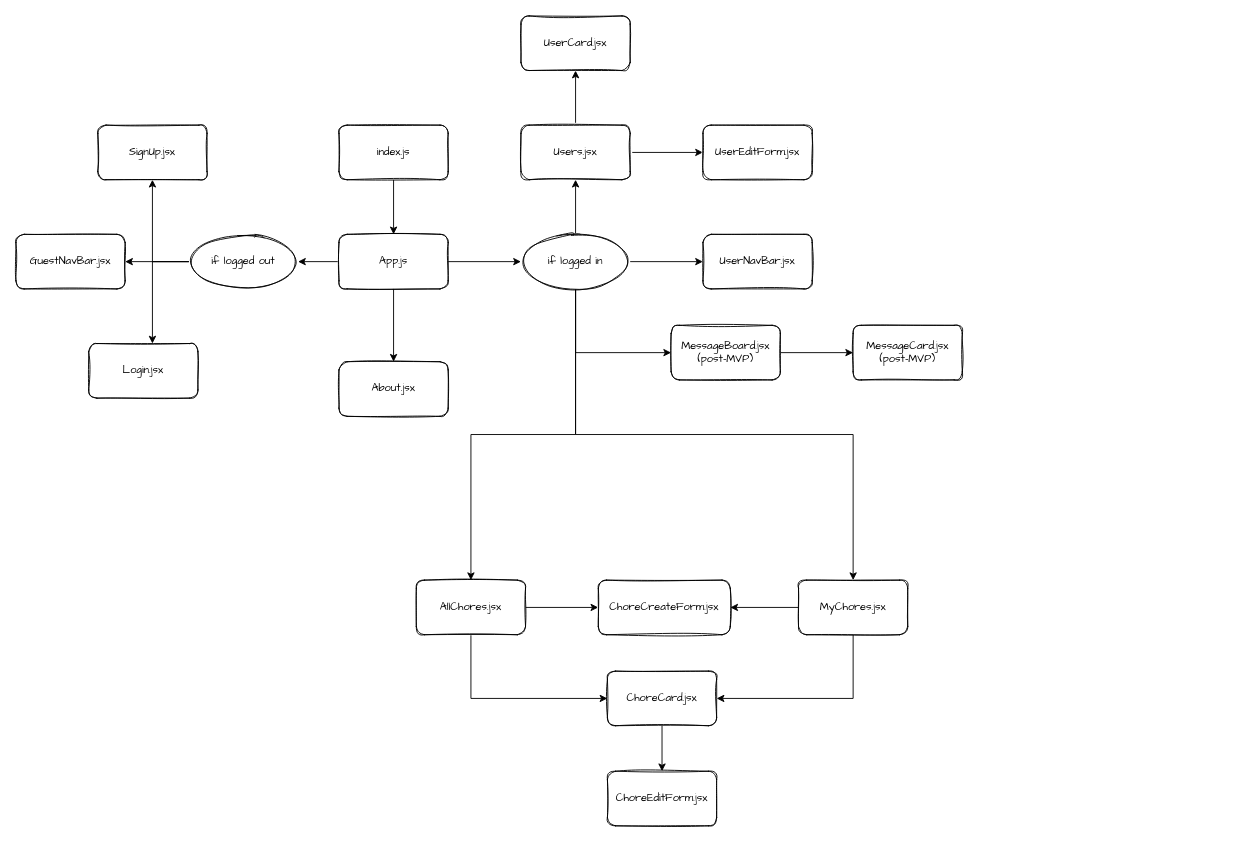
Above: diagrams/component-hierarchy-diagram.drawio in benjaminobambino/chore-chart (draw.io), before the change. Source tidied: cells renumbered, new cells numbered last; positions are measured from the earlier drawing's top-left corner, leaving out a move shared by most shapes. Both pictures are drawn from the tidied source at 91%, with x=0, y=0 at pixel (15, 15).
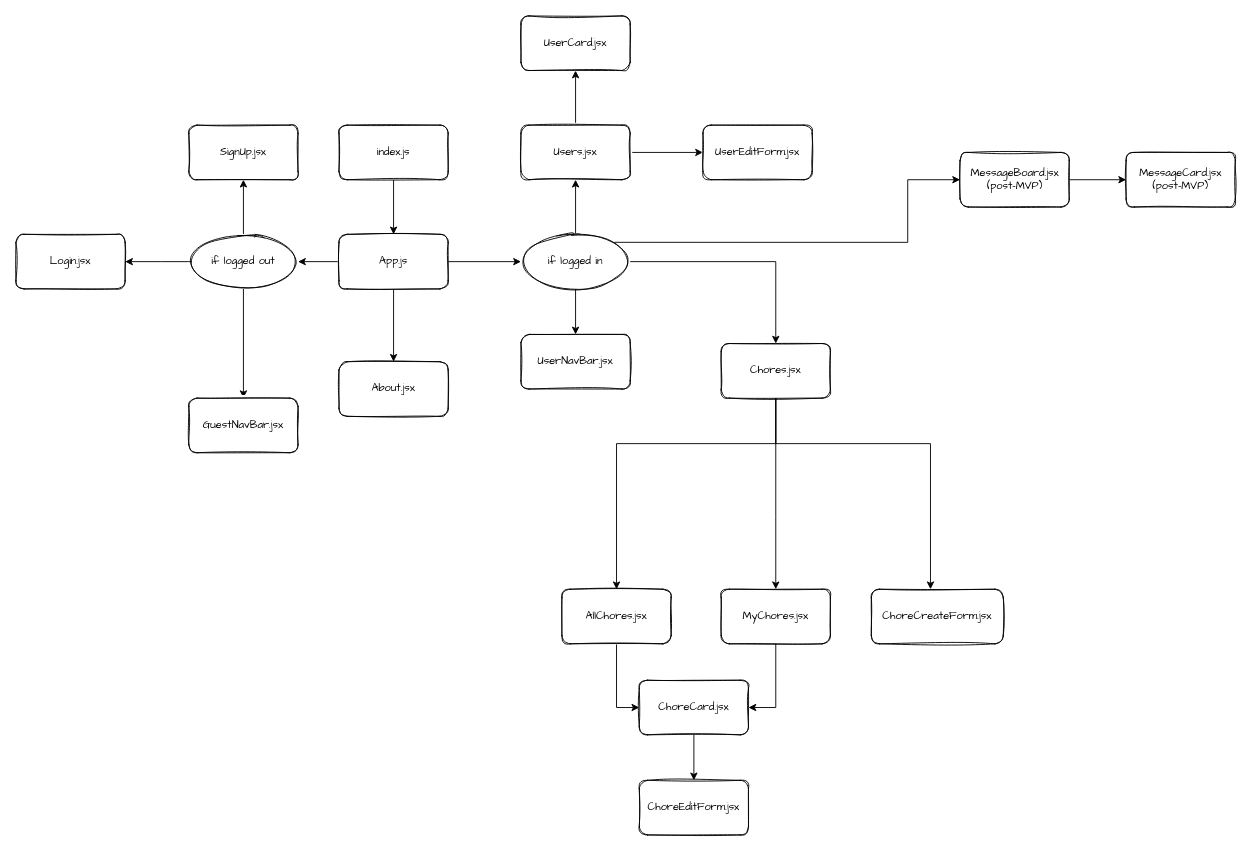
Above is the later version.

Commit message (it also covers changes not shown here):
updated component hierarchy diagram and readme

The change refers to these unchanged cells:
```xml
<mxCell id="13" value="if logged out" style="ellipse;whiteSpace=wrap;html=1;fontFamily=Comic Sans MS;rounded=1;sketch=1;" parent="1" vertex="1">
  <mxGeometry x="190" y="240" width="120" height="60" as="geometry" />
</mxCell>
<mxCell id="20" value="if logged in" style="ellipse;whiteSpace=wrap;html=1;fontFamily=Comic Sans MS;rounded=1;sketch=1;" parent="1" vertex="1">
  <mxGeometry x="555" y="240" width="120" height="60" as="geometry" />
</mxCell>
```

Diff of the diagram source:
```diff
@@
     <mxCell id="2" style="edgeStyle=orthogonalEdgeStyle;rounded=0;jettySize=auto;html=1;fontFamily=Comic Sans MS;" parent="1" edge="1" source="13" target="8">
       <mxGeometry relative="1" as="geometry">
         <Array as="points">
-          <mxPoint x="150" y="270" />
-          <mxPoint x="150" y="410" />
-          <mxPoint x="190" y="410" />
+          <mxPoint x="160" y="270" />
+          <mxPoint x="160" y="270" />
         </Array>
       </mxGeometry>
     </mxCell>
     <mxCell id="3" style="edgeStyle=orthogonalEdgeStyle;rounded=0;jettySize=auto;html=1;exitX=0;exitY=0.5;exitDx=0;exitDy=0;" parent="1" edge="1" source="13" target="11">
-      <mxGeometry relative="1" as="geometry" />
+      <mxGeometry relative="1" as="geometry">
+        <Array as="points">
+          <mxPoint x="250" y="270" />
+        </Array>
+      </mxGeometry>
     </mxCell>
@@
     <mxCell id="8" value="Login.jsx" style="rounded=1;whiteSpace=wrap;html=1;sketch=1;fontFamily=Comic Sans MS;" parent="1" vertex="1">
-      <mxGeometry x="80" y="360" width="120" height="60" as="geometry" />
+      <mxGeometry y="240" width="120" height="60" as="geometry" />
     </mxCell>
@@
     <mxCell id="11" value="SignUp.jsx" style="rounded=1;whiteSpace=wrap;html=1;sketch=1;fontFamily=Comic Sans MS;" parent="1" vertex="1">
-      <mxGeometry x="90" y="120" width="120" height="60" as="geometry" />
+      <mxGeometry x="190" y="120" width="120" height="60" as="geometry" />
     </mxCell>
@@
-    <mxCell id="15" style="edgeStyle=orthogonalEdgeStyle;rounded=0;jettySize=auto;html=1;fontFamily=Comic Sans MS;" parent="1" edge="1" source="20" target="23">
-      <mxGeometry relative="1" as="geometry" />
+    <mxCell id="15" style="edgeStyle=orthogonalEdgeStyle;rounded=0;jettySize=auto;html=1;fontFamily=Comic Sans MS;exitX=0.5;exitY=1;exitDx=0;exitDy=0;" parent="1" edge="1" source="42" target="23">
+      <mxGeometry relative="1" as="geometry">
+        <Array as="points">
+          <mxPoint x="835" y="470" />
+          <mxPoint x="660" y="470" />
+        </Array>
+      </mxGeometry>
     </mxCell>
@@
-    <mxCell id="18" style="edgeStyle=orthogonalEdgeStyle;rounded=0;jettySize=auto;html=1;fontFamily=Comic Sans MS;" parent="1" edge="1" source="20" target="36">
+    <mxCell id="18" style="edgeStyle=orthogonalEdgeStyle;rounded=0;jettySize=auto;html=1;fontFamily=Comic Sans MS;entryX=0;entryY=0.5;entryDx=0;entryDy=0;exitX=1;exitY=0;exitDx=0;exitDy=0;" parent="1" edge="1" source="20" target="36">
       <mxGeometry relative="1" as="geometry">
         <Array as="points">
-          <mxPoint x="615" y="370" />
+          <mxPoint x="980" y="249" />
+          <mxPoint x="980" y="180" />
         </Array>
       </mxGeometry>
     </mxCell>
-    <mxCell id="19" style="edgeStyle=orthogonalEdgeStyle;rounded=0;jettySize=auto;html=1;fontFamily=Comic Sans MS;" parent="1" edge="1" source="20" target="40">
+    <mxCell id="19" style="edgeStyle=orthogonalEdgeStyle;rounded=0;jettySize=auto;html=1;fontFamily=Comic Sans MS;exitX=0.5;exitY=1;exitDx=0;exitDy=0;" parent="1" edge="1" source="42" target="40">
       <mxGeometry relative="1" as="geometry">
         <Array as="points">
-          <mxPoint x="615" y="460" />
-          <mxPoint x="920" y="460" />
+          <mxPoint x="835" y="550" />
+          <mxPoint x="835" y="550" />
         </Array>
       </mxGeometry>
     </mxCell>
+    <mxCell id="41" style="edgeStyle=orthogonalEdgeStyle;rounded=0;jettySize=auto;html=1;" parent="1" edge="1" source="20" target="42">
+      <mxGeometry relative="1" as="geometry" />
+    </mxCell>
@@
     <mxCell id="21" style="edgeStyle=orthogonalEdgeStyle;rounded=0;jettySize=auto;html=1;fontFamily=Comic Sans MS;" parent="1" edge="1" source="23" target="25">
       <mxGeometry relative="1" as="geometry">
         <Array as="points">
-          <mxPoint x="500" y="750" />
+          <mxPoint x="660" y="760" />
         </Array>
       </mxGeometry>
     </mxCell>
-    <mxCell id="22" style="edgeStyle=orthogonalEdgeStyle;rounded=0;jettySize=auto;html=1;fontFamily=Comic Sans MS;" parent="1" edge="1" source="23" target="33">
-      <mxGeometry relative="1" as="geometry" />
+    <mxCell id="22" style="edgeStyle=orthogonalEdgeStyle;rounded=0;jettySize=auto;html=1;fontFamily=Comic Sans MS;exitX=0.5;exitY=1;exitDx=0;exitDy=0;" parent="1" edge="1" source="42" target="33">
+      <mxGeometry relative="1" as="geometry">
+        <Array as="points">
+          <mxPoint x="835" y="470" />
+          <mxPoint x="1005" y="470" />
+        </Array>
+      </mxGeometry>
     </mxCell>
     <mxCell id="23" value="AllChores.jsx" style="whiteSpace=wrap;html=1;fontFamily=Comic Sans MS;rounded=1;sketch=1;" parent="1" vertex="1">
-      <mxGeometry x="440" y="620" width="120" height="60" as="geometry" />
+      <mxGeometry x="600" y="630" width="120" height="60" as="geometry" />
     </mxCell>
@@
     <mxCell id="25" value="ChoreCard.jsx" style="whiteSpace=wrap;html=1;fontFamily=Comic Sans MS;rounded=1;sketch=1;" parent="1" vertex="1">
-      <mxGeometry x="650" y="720" width="120" height="60" as="geometry" />
+      <mxGeometry x="685" y="730" width="120" height="60" as="geometry" />
     </mxCell>
     <mxCell id="26" value="GuestNavBar.jsx" style="whiteSpace=wrap;html=1;fontFamily=Comic Sans MS;rounded=1;sketch=1;" parent="1" vertex="1">
-      <mxGeometry y="240" width="120" height="60" as="geometry" />
+      <mxGeometry x="190" y="420" width="120" height="60" as="geometry" />
     </mxCell>
     <mxCell id="27" value="UserNavBar.jsx" style="whiteSpace=wrap;html=1;fontFamily=Comic Sans MS;rounded=1;sketch=1;" parent="1" vertex="1">
-      <mxGeometry x="755" y="240" width="120" height="60" as="geometry" />
+      <mxGeometry x="555" y="350" width="120" height="60" as="geometry" />
     </mxCell>
@@
     <mxCell id="33" value="ChoreCreateForm.jsx" style="whiteSpace=wrap;html=1;fontFamily=Comic Sans MS;rounded=1;sketch=1;" parent="1" vertex="1">
-      <mxGeometry x="640" y="620" width="145" height="60" as="geometry" />
+      <mxGeometry x="940" y="630" width="145" height="60" as="geometry" />
     </mxCell>
     <mxCell id="34" value="ChoreEditForm.jsx" style="whiteSpace=wrap;html=1;fontFamily=Comic Sans MS;rounded=1;sketch=1;" parent="1" vertex="1">
-      <mxGeometry x="650" y="830" width="120" height="60" as="geometry" />
+      <mxGeometry x="685" y="840" width="120" height="60" as="geometry" />
     </mxCell>
@@
     <mxCell id="36" value="MessageBoard.jsx&lt;br&gt;(post-MVP)" style="whiteSpace=wrap;html=1;fontFamily=Comic Sans MS;rounded=1;sketch=1;" parent="1" vertex="1">
-      <mxGeometry x="720" y="340" width="120" height="60" as="geometry" />
+      <mxGeometry x="1037.5" y="150" width="120" height="60" as="geometry" />
     </mxCell>
     <mxCell id="37" value="MessageCard.jsx&lt;br&gt;(post-MVP)" style="whiteSpace=wrap;html=1;fontFamily=Comic Sans MS;rounded=1;sketch=1;" parent="1" vertex="1">
-      <mxGeometry x="920" y="340" width="120" height="60" as="geometry" />
+      <mxGeometry x="1220" y="150" width="120" height="60" as="geometry" />
     </mxCell>
-    <mxCell id="38" style="edgeStyle=orthogonalEdgeStyle;rounded=0;jettySize=auto;html=1;fontFamily=Comic Sans MS;entryX=1;entryY=0.5;entryDx=0;entryDy=0;" parent="1" edge="1" source="40" target="33">
-      <mxGeometry relative="1" as="geometry" />
-    </mxCell>
     <mxCell id="39" style="edgeStyle=orthogonalEdgeStyle;rounded=0;jettySize=auto;html=1;fontFamily=Comic Sans MS;entryX=1;entryY=0.5;entryDx=0;entryDy=0;" parent="1" edge="1" source="40" target="25">
       <mxGeometry relative="1" as="geometry">
         <Array as="points">
-          <mxPoint x="920" y="750" />
+          <mxPoint x="835" y="760" />
         </Array>
       </mxGeometry>
     </mxCell>
     <mxCell id="40" value="MyChores.jsx" style="whiteSpace=wrap;html=1;fontFamily=Comic Sans MS;rounded=1;sketch=1;" parent="1" vertex="1">
-      <mxGeometry x="860" y="620" width="120" height="60" as="geometry" />
+      <mxGeometry x="775" y="630" width="120" height="60" as="geometry" />
     </mxCell>
+    <mxCell id="42" value="Chores.jsx" style="whiteSpace=wrap;html=1;fontFamily=Comic Sans MS;rounded=1;sketch=1;" parent="1" vertex="1">
+      <mxGeometry x="775" y="360" width="120" height="60" as="geometry" />
+    </mxCell>
```
